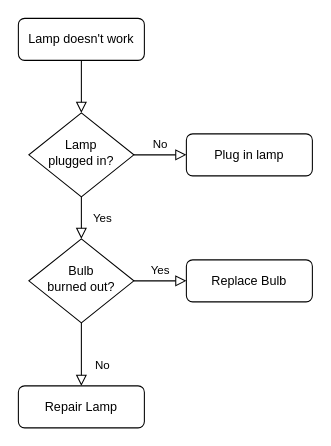
This is rti-reviews-app-flow.drawio from israelopeters/rti-reviews-android, a draw.io file, before an edit. Source tidied: cells renumbered, new cells numbered last; positions are measured from the earlier drawing's top-left corner, leaving out a move shared by most shapes. Both pictures are drawn from the tidied source at 105%, with x=0, y=0 at pixel (18, 18).
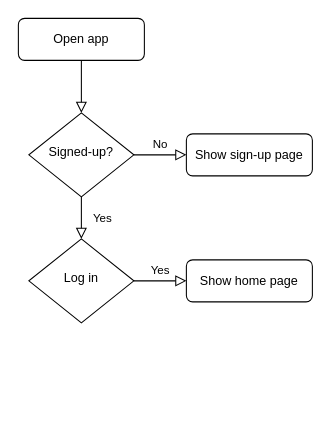
The same diagram, later.

The edit, as a diff of the source:
```diff
@@
 <mxGraphModel>
   <root>
     <mxCell id="0" />
     <mxCell id="1" parent="0" />
     <mxCell id="2" style="rounded=0;html=1;jettySize=auto;fontSize=11;endArrow=block;endFill=0;endSize=8;strokeWidth=1;shadow=0;labelBackgroundColor=none;edgeStyle=orthogonalEdgeStyle;" parent="1" edge="1" source="3" target="6">
       <mxGeometry relative="1" as="geometry" />
     </mxCell>
-    <mxCell id="3" value="Lamp doesn't work" style="rounded=1;whiteSpace=wrap;html=1;fontSize=12;glass=0;strokeWidth=1;shadow=0;" parent="1" vertex="1">
+    <mxCell id="3" value="Open app" style="rounded=1;whiteSpace=wrap;html=1;fontSize=12;glass=0;strokeWidth=1;shadow=0;" parent="1" vertex="1">
       <mxGeometry width="120" height="40" as="geometry" />
     </mxCell>
     <mxCell id="4" value="Yes" style="rounded=0;html=1;jettySize=auto;fontSize=11;endArrow=block;endFill=0;endSize=8;strokeWidth=1;shadow=0;labelBackgroundColor=none;edgeStyle=orthogonalEdgeStyle;" parent="1" edge="1" source="6" target="10">
       <mxGeometry y="20" relative="1" as="geometry" />
     </mxCell>
     <mxCell id="5" value="No" style="edgeStyle=orthogonalEdgeStyle;rounded=0;html=1;jettySize=auto;fontSize=11;endArrow=block;endFill=0;endSize=8;strokeWidth=1;shadow=0;labelBackgroundColor=none;" parent="1" edge="1" source="6" target="7">
       <mxGeometry y="10" relative="1" as="geometry" />
     </mxCell>
-    <mxCell id="6" value="Lamp&lt;br&gt;plugged in?" style="rhombus;whiteSpace=wrap;html=1;shadow=0;fontFamily=Helvetica;fontSize=12;align=center;strokeWidth=1;spacing=6;spacingTop=-4;" parent="1" vertex="1">
+    <mxCell id="6" value="Signed-up?" style="rhombus;whiteSpace=wrap;html=1;shadow=0;fontFamily=Helvetica;fontSize=12;align=center;strokeWidth=1;spacing=6;spacingTop=-4;" parent="1" vertex="1">
       <mxGeometry x="10" y="90" width="100" height="80" as="geometry" />
     </mxCell>
-    <mxCell id="7" value="Plug in lamp" style="rounded=1;whiteSpace=wrap;html=1;fontSize=12;glass=0;strokeWidth=1;shadow=0;" parent="1" vertex="1">
+    <mxCell id="7" value="Show sign-up page" style="rounded=1;whiteSpace=wrap;html=1;fontSize=12;glass=0;strokeWidth=1;shadow=0;" parent="1" vertex="1">
       <mxGeometry x="160" y="110" width="120" height="40" as="geometry" />
     </mxCell>
-    <mxCell id="8" value="No" style="rounded=0;html=1;jettySize=auto;fontSize=11;endArrow=block;endFill=0;endSize=8;strokeWidth=1;shadow=0;labelBackgroundColor=none;edgeStyle=orthogonalEdgeStyle;" parent="1" edge="1" source="10" target="11">
-      <mxGeometry x="0.33" y="20" relative="1" as="geometry" />
-    </mxCell>
     <mxCell id="9" value="Yes" style="edgeStyle=orthogonalEdgeStyle;rounded=0;html=1;jettySize=auto;fontSize=11;endArrow=block;endFill=0;endSize=8;strokeWidth=1;shadow=0;labelBackgroundColor=none;" parent="1" edge="1" source="10" target="12">
       <mxGeometry y="10" relative="1" as="geometry" />
     </mxCell>
-    <mxCell id="10" value="Bulb&lt;br&gt;burned out?" style="rhombus;whiteSpace=wrap;html=1;shadow=0;fontFamily=Helvetica;fontSize=12;align=center;strokeWidth=1;spacing=6;spacingTop=-4;" parent="1" vertex="1">
+    <mxCell id="10" value="Log in" style="rhombus;whiteSpace=wrap;html=1;shadow=0;fontFamily=Helvetica;fontSize=12;align=center;strokeWidth=1;spacing=6;spacingTop=-4;" parent="1" vertex="1">
       <mxGeometry x="10" y="210" width="100" height="80" as="geometry" />
     </mxCell>
-    <mxCell id="11" value="Repair Lamp" style="rounded=1;whiteSpace=wrap;html=1;fontSize=12;glass=0;strokeWidth=1;shadow=0;" parent="1" vertex="1">
-      <mxGeometry y="350" width="120" height="40" as="geometry" />
-    </mxCell>
-    <mxCell id="12" value="Replace Bulb" style="rounded=1;whiteSpace=wrap;html=1;fontSize=12;glass=0;strokeWidth=1;shadow=0;" parent="1" vertex="1">
+    <mxCell id="12" value="Show home page" style="rounded=1;whiteSpace=wrap;html=1;fontSize=12;glass=0;strokeWidth=1;shadow=0;" parent="1" vertex="1">
       <mxGeometry x="160" y="230" width="120" height="40" as="geometry" />
     </mxCell>
   </root>
 </mxGraphModel>
```
